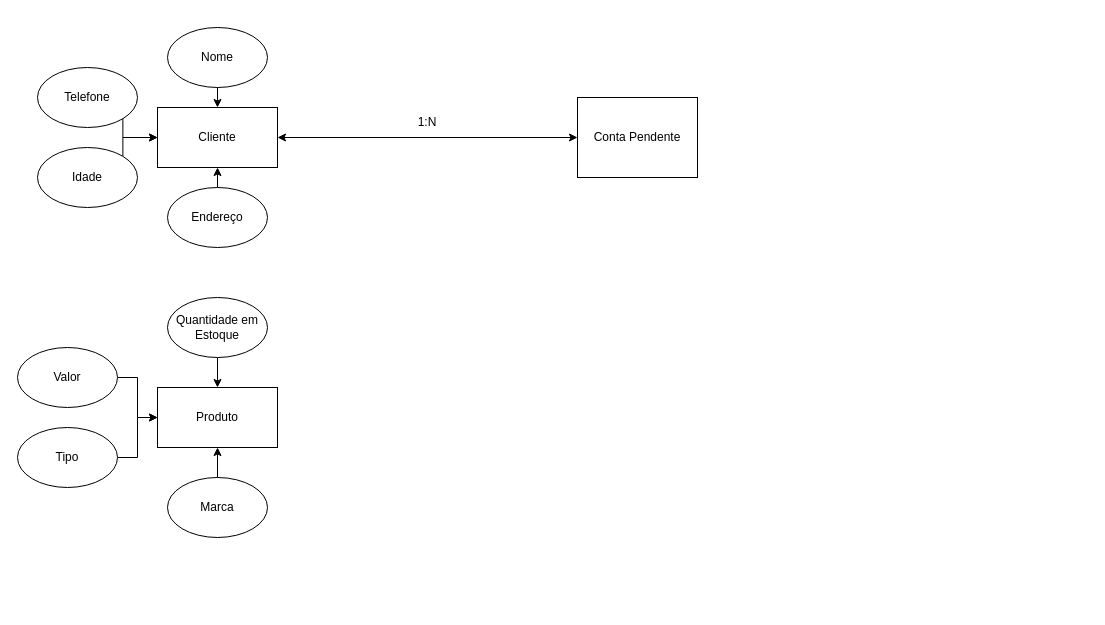
This is Diagrama Entidade-Relacionamento.drawio from XFireYTh/Unimar, a draw.io file, before an edit. Source tidied: cells renumbered, new cells numbered last; positions are measured from the earlier drawing's top-left corner, leaving out a move shared by most shapes. Both pictures are drawn from the tidied source at 100%, with x=0, y=0 at pixel (17, 27).
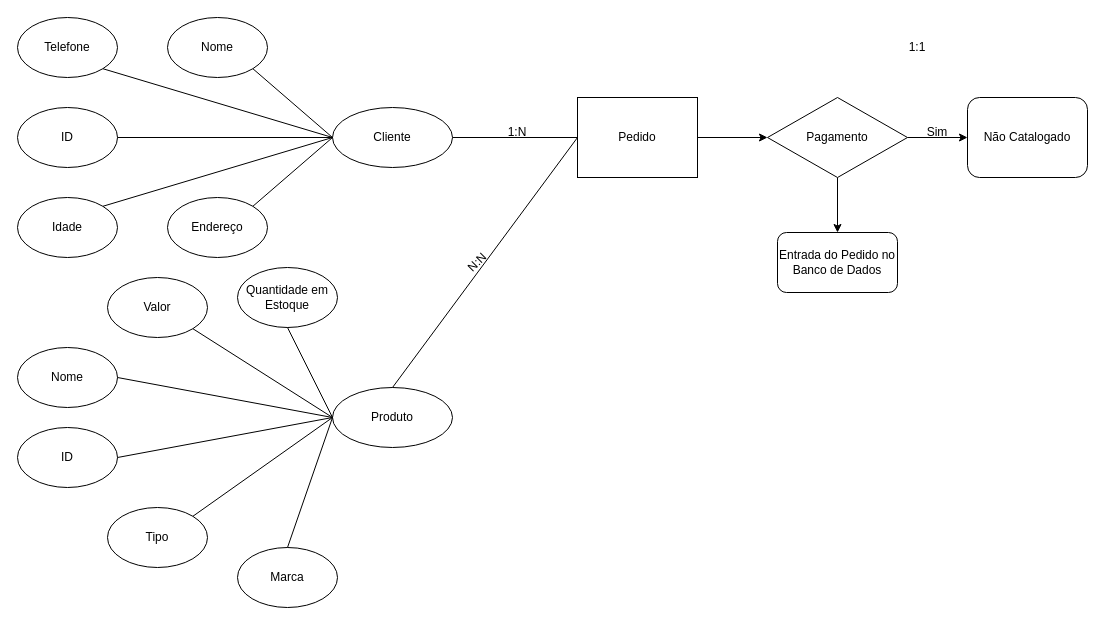
The same diagram, later.

What changed in the source:
```diff
@@
+    <mxCell id="23" style="edgeStyle=orthogonalEdgeStyle;rounded=0;jettySize=auto;html=1;exitX=1;exitY=0.5;exitDx=0;exitDy=0;entryX=0;entryY=0.5;entryDx=0;entryDy=0;" parent="1" edge="1" source="2" target="31">
+      <mxGeometry relative="1" as="geometry" />
+    </mxCell>
-    <mxCell id="2" value="Conta Pendente" style="rounded=0;whiteSpace=wrap;html=1;" parent="1" vertex="1">
+    <mxCell id="2" value="Pedido" style="rounded=0;whiteSpace=wrap;html=1;" parent="1" vertex="1">
       <mxGeometry x="560" y="70" width="120" height="80" as="geometry" />
     </mxCell>
     <mxCell id="3" value="Telefone" style="ellipse;whiteSpace=wrap;html=1;" parent="1" vertex="1">
-      <mxGeometry x="20" y="40" width="100" height="60" as="geometry" />
+      <mxGeometry y="-10" width="100" height="60" as="geometry" />
     </mxCell>
-    <mxCell id="4" style="edgeStyle=orthogonalEdgeStyle;rounded=0;jettySize=auto;html=1;exitX=1;exitY=0;exitDx=0;exitDy=0;entryX=0;entryY=0.5;entryDx=0;entryDy=0;" parent="1" edge="1" source="5" target="8">
-      <mxGeometry relative="1" as="geometry">
-        <Array as="points">
-          <mxPoint x="105" y="110" />
-        </Array>
-      </mxGeometry>
-    </mxCell>
     <mxCell id="5" value="Idade" style="ellipse;whiteSpace=wrap;html=1;" parent="1" vertex="1">
-      <mxGeometry x="20" y="120" width="100" height="60" as="geometry" />
+      <mxGeometry y="170" width="100" height="60" as="geometry" />
     </mxCell>
-    <mxCell id="6" style="edgeStyle=orthogonalEdgeStyle;rounded=0;jettySize=auto;html=1;exitX=0.5;exitY=1;exitDx=0;exitDy=0;entryX=0.5;entryY=0;entryDx=0;entryDy=0;" parent="1" edge="1" source="7" target="8">
-      <mxGeometry relative="1" as="geometry" />
-    </mxCell>
     <mxCell id="7" value="Nome" style="ellipse;whiteSpace=wrap;html=1;" parent="1" vertex="1">
-      <mxGeometry x="150" width="100" height="60" as="geometry" />
+      <mxGeometry x="150" y="-10" width="100" height="60" as="geometry" />
     </mxCell>
-    <mxCell id="8" value="Cliente" style="rounded=0;whiteSpace=wrap;html=1;" parent="1" vertex="1">
-      <mxGeometry x="140" y="80" width="120" height="60" as="geometry" />
+    <mxCell id="8" value="Cliente" style="rounded=0;whiteSpace=wrap;html=1;shape=ellipse;perimeter=ellipsePerimeter;" parent="1" vertex="1">
+      <mxGeometry x="315" y="80" width="120" height="60" as="geometry" />
     </mxCell>
+    <mxCell id="10" value="Endereço" style="ellipse;whiteSpace=wrap;html=1;" parent="1" vertex="1">
+      <mxGeometry x="150" y="170" width="100" height="60" as="geometry" />
+    </mxCell>
+    <mxCell id="12" value="Produto" style="rounded=0;whiteSpace=wrap;html=1;shape=ellipse;perimeter=ellipsePerimeter;" parent="1" vertex="1">
+      <mxGeometry x="315" y="360" width="120" height="60" as="geometry" />
+    </mxCell>
+    <mxCell id="14" value="Quantidade em Estoque" style="ellipse;whiteSpace=wrap;html=1;" parent="1" vertex="1">
+      <mxGeometry x="220" y="240" width="100" height="60" as="geometry" />
+    </mxCell>
+    <mxCell id="16" value="Tipo" style="ellipse;whiteSpace=wrap;html=1;" parent="1" vertex="1">
+      <mxGeometry x="90" y="480" width="100" height="60" as="geometry" />
+    </mxCell>
+    <mxCell id="18" value="Marca" style="ellipse;whiteSpace=wrap;html=1;" parent="1" vertex="1">
+      <mxGeometry x="220" y="520" width="100" height="60" as="geometry" />
+    </mxCell>
+    <mxCell id="20" value="Valor" style="ellipse;whiteSpace=wrap;html=1;" parent="1" vertex="1">
+      <mxGeometry x="90" y="250" width="100" height="60" as="geometry" />
+    </mxCell>
+    <mxCell id="24" style="endArrow=none;html=1;rounded=0;entryX=0;entryY=0.5;entryDx=0;entryDy=0;exitX=0.5;exitY=0;exitDx=0;exitDy=0;" parent="1" edge="1" source="12" target="2">
+      <mxGeometry relative="1" as="geometry" />
+    </mxCell>
+    <mxCell id="25" value="N:N" style="text;html=1;align=center;verticalAlign=middle;whiteSpace=wrap;rounded=0;rotation=-45;" parent="1" vertex="1">
+      <mxGeometry x="430" y="220" width="60" height="30" as="geometry" />
+    </mxCell>
+    <mxCell id="21" value="1:N" style="text;html=1;align=center;verticalAlign=middle;whiteSpace=wrap;rounded=0;" parent="1" vertex="1">
+      <mxGeometry x="470" y="90" width="60" height="30" as="geometry" />
+    </mxCell>
+    <mxCell id="26" value="Não Catalogado" style="rounded=1;whiteSpace=wrap;html=1;" parent="1" vertex="1">
+      <mxGeometry x="950" y="70" width="120" height="80" as="geometry" />
+    </mxCell>
+    <mxCell id="27" value="ID" style="ellipse;whiteSpace=wrap;html=1;" parent="1" vertex="1">
+      <mxGeometry y="80" width="100" height="60" as="geometry" />
+    </mxCell>
+    <mxCell id="28" value="1:1" style="text;html=1;align=center;verticalAlign=middle;whiteSpace=wrap;rounded=0;" parent="1" vertex="1">
+      <mxGeometry x="870" y="5" width="60" height="30" as="geometry" />
+    </mxCell>
+    <mxCell id="29" style="edgeStyle=orthogonalEdgeStyle;rounded=0;jettySize=auto;html=1;exitX=1;exitY=0.5;exitDx=0;exitDy=0;entryX=0;entryY=0.5;entryDx=0;entryDy=0;" parent="1" edge="1" source="31" target="26">
+      <mxGeometry relative="1" as="geometry" />
+    </mxCell>
+    <mxCell id="30" style="edgeStyle=orthogonalEdgeStyle;rounded=0;jettySize=auto;html=1;exitX=0.5;exitY=1;exitDx=0;exitDy=0;entryX=0.5;entryY=0;entryDx=0;entryDy=0;" parent="1" edge="1" source="31" target="33">
+      <mxGeometry relative="1" as="geometry" />
+    </mxCell>
+    <mxCell id="31" value="Pagamento" style="rhombus;whiteSpace=wrap;html=1;" parent="1" vertex="1">
+      <mxGeometry x="750" y="70" width="140" height="80" as="geometry" />
+    </mxCell>
+    <mxCell id="32" value="Sim" style="text;html=1;align=center;verticalAlign=middle;whiteSpace=wrap;rounded=0;" parent="1" vertex="1">
+      <mxGeometry x="890" y="90" width="60" height="30" as="geometry" />
+    </mxCell>
+    <mxCell id="33" value="Entrada do Pedido no Banco de Dados" style="rounded=1;whiteSpace=wrap;html=1;" parent="1" vertex="1">
+      <mxGeometry x="760" y="205" width="120" height="60" as="geometry" />
+    </mxCell>
+    <mxCell id="22" style="endArrow=none;html=1;rounded=0;exitX=1;exitY=0.5;exitDx=0;exitDy=0;entryX=0;entryY=0.5;entryDx=0;entryDy=0;" parent="1" edge="1" source="8" target="2">
+      <mxGeometry relative="1" as="geometry" />
+    </mxCell>
+    <mxCell id="11" style="endArrow=none;html=1;rounded=0;exitX=1;exitY=1;exitDx=0;exitDy=0;entryX=0;entryY=0.5;entryDx=0;entryDy=0;" parent="1" edge="1" source="3" target="8">
+      <mxGeometry relative="1" as="geometry" />
+    </mxCell>
+    <mxCell id="6" style="endArrow=none;html=1;rounded=0;exitX=1;exitY=1;exitDx=0;exitDy=0;entryX=0;entryY=0.5;entryDx=0;entryDy=0;" parent="1" edge="1" source="7" target="8">
+      <mxGeometry relative="1" as="geometry" />
+    </mxCell>
+    <mxCell id="34" style="endArrow=none;html=1;rounded=0;exitX=1;exitY=0.5;exitDx=0;exitDy=0;entryX=0;entryY=0.5;entryDx=0;entryDy=0;" parent="1" edge="1" source="27" target="8">
+      <mxGeometry relative="1" as="geometry" />
+    </mxCell>
-    <mxCell id="9" style="edgeStyle=orthogonalEdgeStyle;rounded=0;jettySize=auto;html=1;exitX=0.5;exitY=0;exitDx=0;exitDy=0;entryX=0.5;entryY=1;entryDx=0;entryDy=0;" parent="1" edge="1" source="10" target="8">
+    <mxCell id="9" style="endArrow=none;html=1;rounded=0;exitX=1;exitY=0;exitDx=0;exitDy=0;entryX=0;entryY=0.5;entryDx=0;entryDy=0;" parent="1" edge="1" source="10" target="8">
       <mxGeometry relative="1" as="geometry" />
     </mxCell>
-    <mxCell id="10" value="Endereço" style="ellipse;whiteSpace=wrap;html=1;" parent="1" vertex="1">
-      <mxGeometry x="150" y="160" width="100" height="60" as="geometry" />
-    </mxCell>
-    <mxCell id="11" style="edgeStyle=orthogonalEdgeStyle;rounded=0;jettySize=auto;html=1;exitX=1;exitY=1;exitDx=0;exitDy=0;" parent="1" edge="1" source="3" target="8">
-      <mxGeometry relative="1" as="geometry">
-        <Array as="points">
-          <mxPoint x="105" y="110" />
-        </Array>
-      </mxGeometry>
-    </mxCell>
-    <mxCell id="12" value="Produto" style="rounded=0;whiteSpace=wrap;html=1;" parent="1" vertex="1">
-      <mxGeometry x="140" y="360" width="120" height="60" as="geometry" />
-    </mxCell>
+    <mxCell id="4" style="endArrow=none;html=1;rounded=0;exitX=1;exitY=0;exitDx=0;exitDy=0;entryX=0;entryY=0.5;entryDx=0;entryDy=0;" parent="1" edge="1" source="5" target="8">
+      <mxGeometry relative="1" as="geometry" />
+    </mxCell>
-    <mxCell id="13" style="edgeStyle=orthogonalEdgeStyle;rounded=0;jettySize=auto;html=1;exitX=0.5;exitY=1;exitDx=0;exitDy=0;entryX=0.5;entryY=0;entryDx=0;entryDy=0;" parent="1" edge="1" source="14" target="12">
+    <mxCell id="13" style="endArrow=none;html=1;rounded=0;entryX=0;entryY=0.5;entryDx=0;entryDy=0;exitX=0.5;exitY=1;exitDx=0;exitDy=0;" parent="1" edge="1" source="14" target="12">
       <mxGeometry relative="1" as="geometry" />
     </mxCell>
-    <mxCell id="14" value="Quantidade em Estoque" style="ellipse;whiteSpace=wrap;html=1;" parent="1" vertex="1">
-      <mxGeometry x="150" y="270" width="100" height="60" as="geometry" />
-    </mxCell>
+    <mxCell id="19" style="endArrow=none;html=1;rounded=0;exitX=1;exitY=1;exitDx=0;exitDy=0;entryX=0;entryY=0.5;entryDx=0;entryDy=0;" parent="1" edge="1" source="20" target="12">
+      <mxGeometry relative="1" as="geometry" />
+    </mxCell>
-    <mxCell id="15" style="edgeStyle=orthogonalEdgeStyle;rounded=0;jettySize=auto;html=1;exitX=1;exitY=0.5;exitDx=0;exitDy=0;entryX=0;entryY=0.5;entryDx=0;entryDy=0;" parent="1" edge="1" source="16" target="12">
+    <mxCell id="15" style="endArrow=none;html=1;rounded=0;exitX=1;exitY=0;exitDx=0;exitDy=0;entryX=0;entryY=0.5;entryDx=0;entryDy=0;" parent="1" edge="1" source="16" target="12">
       <mxGeometry relative="1" as="geometry" />
     </mxCell>
-    <mxCell id="16" value="Tipo" style="ellipse;whiteSpace=wrap;html=1;" parent="1" vertex="1">
-      <mxGeometry y="400" width="100" height="60" as="geometry" />
-    </mxCell>
-    <mxCell id="17" style="edgeStyle=orthogonalEdgeStyle;rounded=0;jettySize=auto;html=1;exitX=0.5;exitY=0;exitDx=0;exitDy=0;entryX=0.5;entryY=1;entryDx=0;entryDy=0;" parent="1" edge="1" source="18" target="12">
+    <mxCell id="17" style="endArrow=none;html=1;rounded=0;entryX=0;entryY=0.5;entryDx=0;entryDy=0;exitX=0.5;exitY=0;exitDx=0;exitDy=0;" parent="1" edge="1" source="18" target="12">
       <mxGeometry relative="1" as="geometry" />
     </mxCell>
-    <mxCell id="18" value="Marca" style="ellipse;whiteSpace=wrap;html=1;" parent="1" vertex="1">
-      <mxGeometry x="150" y="450" width="100" height="60" as="geometry" />
-    </mxCell>
-    <mxCell id="19" style="edgeStyle=orthogonalEdgeStyle;rounded=0;jettySize=auto;html=1;exitX=1;exitY=0.5;exitDx=0;exitDy=0;entryX=0;entryY=0.5;entryDx=0;entryDy=0;" parent="1" edge="1" source="20" target="12">
-      <mxGeometry relative="1" as="geometry" />
-    </mxCell>
-    <mxCell id="20" value="Valor" style="ellipse;whiteSpace=wrap;html=1;" parent="1" vertex="1">
-      <mxGeometry y="320" width="100" height="60" as="geometry" />
-    </mxCell>
-    <mxCell id="21" value="1:N" style="text;html=1;align=center;verticalAlign=middle;whiteSpace=wrap;rounded=0;" parent="1" vertex="1">
-      <mxGeometry x="380" y="80" width="60" height="30" as="geometry" />
-    </mxCell>
-    <mxCell id="22" style="endArrow=classic;startArrow=classic;html=1;rounded=0;entryX=0;entryY=0.5;entryDx=0;entryDy=0;exitX=1;exitY=0.5;exitDx=0;exitDy=0;" parent="1" edge="1" source="8" target="2">
-      <mxGeometry relative="1" as="geometry" />
-    </mxCell>
+    <mxCell id="35" value="Nome" style="ellipse;whiteSpace=wrap;html=1;" parent="1" vertex="1">
+      <mxGeometry y="320" width="100" height="60" as="geometry" />
+    </mxCell>
+    <mxCell id="36" value="ID" style="ellipse;whiteSpace=wrap;html=1;" parent="1" vertex="1">
+      <mxGeometry y="400" width="100" height="60" as="geometry" />
+    </mxCell>
+    <mxCell id="37" style="endArrow=none;html=1;rounded=0;exitX=1;exitY=0.5;exitDx=0;exitDy=0;entryX=0;entryY=0.5;entryDx=0;entryDy=0;" parent="1" edge="1" source="35" target="12">
+      <mxGeometry relative="1" as="geometry" />
+    </mxCell>
+    <mxCell id="38" style="endArrow=none;html=1;rounded=0;exitX=1;exitY=0.5;exitDx=0;exitDy=0;entryX=0;entryY=0.5;entryDx=0;entryDy=0;" parent="1" edge="1" source="36" target="12">
+      <mxGeometry relative="1" as="geometry" />
+    </mxCell>
```
